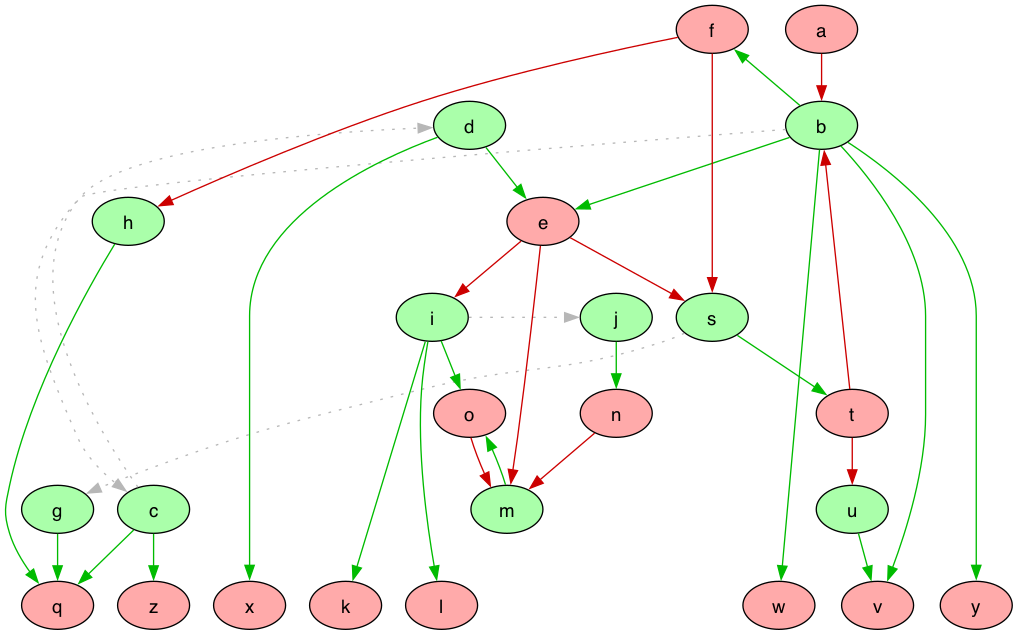
This is IDCC-2024/graphs/game_pw2_graph_colored.png from idaks/Games-and-Argumentation, a Graphviz export, as it was before one commit. Its source is kept beside it as IDCC-2024/graphs/game_pw2_graph_colored.dot. Source of this version:
```dot
digraph G {
  rankdir="TB"
  node [shape=oval style=filled fontname=Helvetica fontsize=14]
  node [fillcolor="#AAFFAA" fontcolor="#000000"] b c d s g h i j m u
  node [fillcolor="#FFAAAA" fontcolor="#000000"] a t e f k l o n q v w x y z
  edge [dir=forward color="#CC0000" style="solid"]
        "a" -> "b"
        "t" -> "b"
        "f" -> "h"
        "e" -> "i"
        "e" -> "m"
        "o" -> "m"
        "n" -> "m"
        "e" -> "s"
        "f" -> "s"
        "t" -> "u"
  edge [dir=forward color="#00BB00" style="solid"]
        "b" -> "e"
        "d" -> "e"
        "b" -> "f"
        "i" -> "k"
        "i" -> "l"
        "j" -> "n"
        "i" -> "o"
        "m" -> "o"
        "g" -> "q"
        "h" -> "q"
        "c" -> "q"
        "s" -> "t"
        "b" -> "v"
        "u" -> "v"
        "b" -> "w"
        "d" -> "x"
        "b" -> "y"
        "c" -> "z"
  edge [dir=forward color="#b7b7b7" style="dotted" constraint=false]
        "b" -> "c"
        "c" -> "d"
        "s" -> "g"
        "i" -> "j"

  {rank = max k l q v w x y z}
  {rank = min f}
}
```
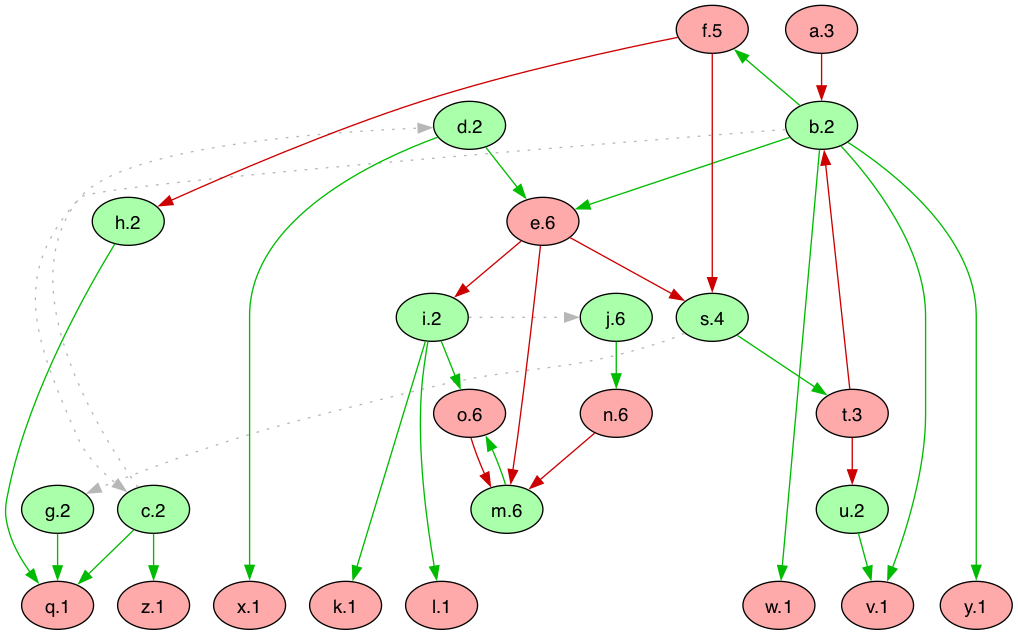
Above is the later version.

What changed in the source:
```diff
@@ -1,8 +1,32 @@
 digraph G {
   rankdir="TB"
   node [shape=oval style=filled fontname=Helvetica fontsize=14]
-  node [fillcolor="#AAFFAA" fontcolor="#000000"] b c d s g h i j m u
-  node [fillcolor="#FFAAAA" fontcolor="#000000"] a t e f k l o n q v w x y z
+  node [fillcolor="#AAFFAA" fontcolor="#000000"]
+       b[label="b.2"]
+       c[label="c.2"]
+       d[label="d.2"]
+       s[label="s.4"]
+       g[label="g.2"]
+       h[label="h.2"]
+       i[label="i.2"]
+       j[label="j.6"]
+       m[label="m.6"]
+       u[label="u.2"]
+  node [fillcolor="#FFAAAA" fontcolor="#000000"]
+       a[label="a.3"]
+       t[label="t.3"]
+       e[label="e.6"]
+       f[label="f.5"]
+       k[label="k.1"]
+       l[label="l.1"]
+       o[label="o.6"]
+       n[label="n.6"]
+       q[label="q.1"]
+       v[label="v.1"]
+       w[label="w.1"]
+       x[label="x.1"]
+       y[label="y.1"]
+       z[label="z.1"]
   edge [dir=forward color="#CC0000" style="solid"]
         "a" -> "b"
         "t" -> "b"
```
